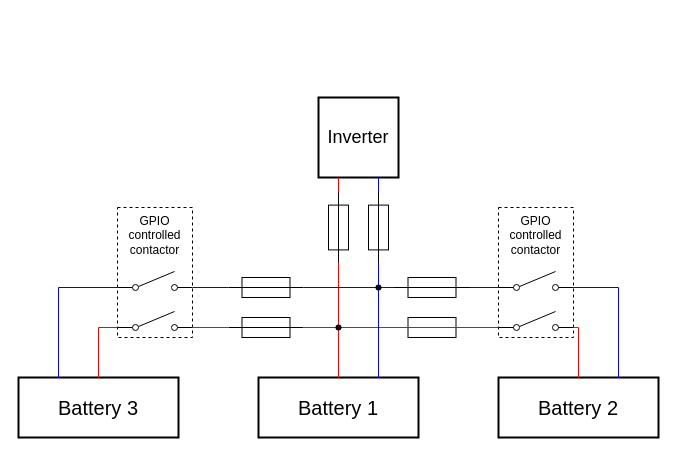
Before: be_battery_3x.drawio in nagyrobi/files, a draw.io diagram. Source tidied: cells renumbered, new cells numbered last; positions are measured from the earlier drawing's top-left corner, leaving out a move shared by most shapes. Both pictures are drawn from the tidied source at 100%, with x=0, y=0 at pixel (18, 97).
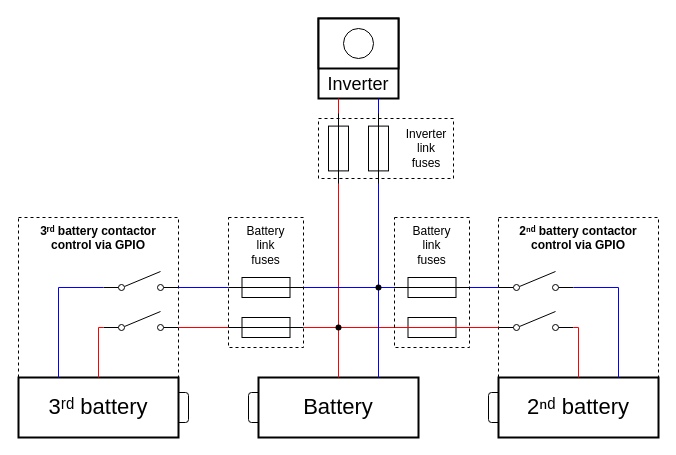
After the change.

Diff of the diagram source:
```diff
@@
-    <mxCell id="2" value="GPIO controlled contactor" style="rounded=0;whiteSpace=wrap;html=1;fillColor=none;verticalAlign=top;dashed=1;" parent="1" vertex="1">
-      <mxGeometry x="480" y="110" width="75" height="130" as="geometry" />
+    <mxCell id="2" value="2ⁿᵈ battery contactor control via GPIO" style="rounded=0;whiteSpace=wrap;html=1;fillColor=none;verticalAlign=top;dashed=1;fontStyle=1;fontFamily=Helvetica;" parent="1" vertex="1">
+      <mxGeometry x="480" y="120" width="160" height="220" as="geometry" />
     </mxCell>
+    <mxCell id="19" value="3ʳᵈ battery contactor control via GPIO" style="rounded=0;whiteSpace=wrap;html=1;fillColor=none;verticalAlign=top;dashed=1;fontStyle=1;fontFamily=Helvetica;" parent="1" vertex="1">
+      <mxGeometry y="120" width="160" height="220" as="geometry" />
+    </mxCell>
+    <mxCell id="34" style="rounded=1;whiteSpace=wrap;html=1;fontFamily=Helvetica;" parent="1" vertex="1">
+      <mxGeometry x="470" y="295" width="20" height="30" as="geometry" />
+    </mxCell>
+    <mxCell id="35" style="rounded=1;whiteSpace=wrap;html=1;fontFamily=Helvetica;" parent="1" vertex="1">
+      <mxGeometry x="230" y="295" width="20" height="30" as="geometry" />
+    </mxCell>
+    <mxCell id="36" style="rounded=1;whiteSpace=wrap;html=1;fontFamily=Helvetica;" parent="1" vertex="1">
+      <mxGeometry x="150" y="295" width="20" height="30" as="geometry" />
+    </mxCell>
-    <mxCell id="3" value="Inverter" style="whiteSpace=wrap;html=1;strokeWidth=2;fontSize=18;" parent="1" vertex="1">
-      <mxGeometry x="300" width="80" height="80" as="geometry" />
+    <mxCell id="3" value="Inverter" style="whiteSpace=wrap;html=1;strokeWidth=2;fontSize=18;verticalAlign=bottom;fontFamily=Helvetica;" parent="1" vertex="1">
+      <mxGeometry x="300" y="-79" width="80" height="80" as="geometry" />
     </mxCell>
-    <mxCell id="4" value="Battery 1" style="rounded=0;whiteSpace=wrap;html=1;strokeWidth=2;fontSize=20;" parent="1" vertex="1">
+    <mxCell id="4" value="Battery" style="rounded=0;whiteSpace=wrap;html=1;strokeWidth=2;fontSize=22;fontFamily=Helvetica;" parent="1" vertex="1">
       <mxGeometry x="240" y="280" width="160" height="60" as="geometry" />
     </mxCell>
-    <mxCell id="5" value="Battery 2" style="rounded=0;whiteSpace=wrap;html=1;strokeWidth=2;fontSize=20;" parent="1" vertex="1">
+    <mxCell id="5" value="2ⁿᵈ battery" style="rounded=0;whiteSpace=wrap;html=1;strokeWidth=2;fontSize=22;fontFamily=Helvetica;" parent="1" vertex="1">
       <mxGeometry x="480" y="280" width="160" height="60" as="geometry" />
     </mxCell>
-    <mxCell id="6" style="endArrow=none;html=1;rounded=0;entryX=0.25;entryY=1;entryDx=0;entryDy=0;exitX=0.5;exitY=0;exitDx=0;exitDy=0;edgeStyle=orthogonalEdgeStyle;strokeColor=light-dark(#FF0000,#5E5C64);" parent="1" edge="1" source="4" target="3">
+    <mxCell id="6" style="endArrow=none;html=1;rounded=0;entryX=0.25;entryY=1;entryDx=0;entryDy=0;exitX=0.5;exitY=0;exitDx=0;exitDy=0;edgeStyle=orthogonalEdgeStyle;strokeColor=light-dark(#FF0000,#5E5C64);fontFamily=Helvetica;" parent="1" edge="1" source="4" target="3">
       <mxGeometry relative="1" as="geometry" />
     </mxCell>
-    <mxCell id="7" style="endArrow=none;html=1;rounded=0;entryX=0.75;entryY=1;entryDx=0;entryDy=0;exitDx=0;exitDy=0;strokeColor=#0000FF;" parent="1" edge="1" source="33" target="3">
+    <mxCell id="7" style="endArrow=none;html=1;rounded=0;entryX=0.75;entryY=1;entryDx=0;entryDy=0;exitDx=0;exitDy=0;strokeColor=#0000FF;fontFamily=Helvetica;" parent="1" edge="1" source="33" target="3">
       <mxGeometry relative="1" as="geometry" />
     </mxCell>
-    <mxCell id="8" style="endArrow=none;html=1;rounded=0;exitX=0;exitY=0.8;exitDx=0;exitDy=0;edgeStyle=orthogonalEdgeStyle;strokeColor=#0000FF;" parent="1" edge="1" source="11">
+    <mxCell id="8" style="endArrow=none;html=1;rounded=0;exitX=0;exitY=0.8;exitDx=0;exitDy=0;edgeStyle=orthogonalEdgeStyle;strokeColor=#0000FF;fontFamily=Helvetica;" parent="1" edge="1" source="11">
       <mxGeometry relative="1" as="geometry">
         <mxPoint x="360" y="190" as="targetPoint" />
       </mxGeometry>
     </mxCell>
-    <mxCell id="9" style="endArrow=none;html=1;rounded=0;exitDx=0;exitDy=0;edgeStyle=orthogonalEdgeStyle;strokeColor=#FF0000;" parent="1" edge="1" source="31">
+    <mxCell id="9" style="endArrow=none;html=1;rounded=0;exitDx=0;exitDy=0;edgeStyle=orthogonalEdgeStyle;strokeColor=#FF0000;fontFamily=Helvetica;" parent="1" edge="1" source="31">
       <mxGeometry relative="1" as="geometry">
         <mxPoint x="320" y="230" as="targetPoint" />
       </mxGeometry>
     </mxCell>
-    <mxCell id="10" style="html=1;shape=mxgraph.electrical.electro-mechanical.singleSwitch;elSwitchState=off;" parent="1" vertex="1">
+    <mxCell id="10" style="html=1;shape=mxgraph.electrical.electro-mechanical.singleSwitch;elSwitchState=off;fontFamily=Helvetica;" parent="1" vertex="1">
       <mxGeometry x="480" y="214" width="75" height="20" as="geometry" />
     </mxCell>
-    <mxCell id="11" style="html=1;shape=mxgraph.electrical.electro-mechanical.singleSwitch;elSwitchState=off;" parent="1" vertex="1">
+    <mxCell id="11" style="html=1;shape=mxgraph.electrical.electro-mechanical.singleSwitch;elSwitchState=off;fontFamily=Helvetica;" parent="1" vertex="1">
       <mxGeometry x="480" y="174" width="75" height="20" as="geometry" />
     </mxCell>
-    <mxCell id="12" style="endArrow=none;html=1;rounded=0;entryX=0.5;entryY=0;entryDx=0;entryDy=0;edgeStyle=orthogonalEdgeStyle;strokeColor=#FF0000;exitX=1;exitY=0.8;exitDx=0;exitDy=0;" parent="1" edge="1" source="10" target="5">
+    <mxCell id="12" style="endArrow=none;html=1;rounded=0;entryX=0.5;entryY=0;entryDx=0;entryDy=0;edgeStyle=orthogonalEdgeStyle;strokeColor=#FF0000;exitX=1;exitY=0.8;exitDx=0;exitDy=0;fontFamily=Helvetica;" parent="1" edge="1" source="10" target="5">
       <mxGeometry relative="1" as="geometry">
         <Array as="points">
           <mxPoint x="560" y="230" />
         </Array>
       </mxGeometry>
     </mxCell>
-    <mxCell id="13" style="endArrow=none;html=1;rounded=0;entryX=1;entryY=0.8;entryDx=0;entryDy=0;exitX=0.75;exitY=0;exitDx=0;exitDy=0;edgeStyle=orthogonalEdgeStyle;strokeColor=#0000FF;" parent="1" edge="1" source="5" target="11">
+    <mxCell id="13" style="endArrow=none;html=1;rounded=0;entryX=1;entryY=0.8;entryDx=0;entryDy=0;exitX=0.75;exitY=0;exitDx=0;exitDy=0;edgeStyle=orthogonalEdgeStyle;strokeColor=#0000FF;fontFamily=Helvetica;" parent="1" edge="1" source="5" target="11">
       <mxGeometry relative="1" as="geometry" />
     </mxCell>
-    <mxCell id="14" style="verticalLabelPosition=bottom;shadow=0;dashed=0;align=center;html=1;verticalAlign=top;shape=mxgraph.electrical.miscellaneous.fuse_2;" parent="1" vertex="1">
+    <mxCell id="14" style="verticalLabelPosition=bottom;shadow=0;dashed=0;align=center;html=1;verticalAlign=top;shape=mxgraph.electrical.miscellaneous.fuse_2;fontFamily=Helvetica;" parent="1" vertex="1">
       <mxGeometry x="376" y="180" width="75" height="20" as="geometry" />
     </mxCell>
-    <mxCell id="15" style="verticalLabelPosition=bottom;shadow=0;dashed=0;align=center;html=1;verticalAlign=top;shape=mxgraph.electrical.miscellaneous.fuse_2;" parent="1" vertex="1">
+    <mxCell id="15" style="verticalLabelPosition=bottom;shadow=0;dashed=0;align=center;html=1;verticalAlign=top;shape=mxgraph.electrical.miscellaneous.fuse_2;fontFamily=Helvetica;" parent="1" vertex="1">
       <mxGeometry x="376" y="220" width="75" height="20" as="geometry" />
     </mxCell>
-    <mxCell id="16" style="verticalLabelPosition=bottom;shadow=0;dashed=0;align=center;html=1;verticalAlign=top;shape=mxgraph.electrical.miscellaneous.fuse_2;rotation=90;" parent="1" vertex="1">
-      <mxGeometry x="285" y="120" width="70" height="20" as="geometry" />
+    <mxCell id="16" style="verticalLabelPosition=bottom;shadow=0;dashed=0;align=center;html=1;verticalAlign=top;shape=mxgraph.electrical.miscellaneous.fuse_2;rotation=90;fontFamily=Helvetica;" parent="1" vertex="1">
+      <mxGeometry x="285" y="41" width="70" height="20" as="geometry" />
     </mxCell>
-    <mxCell id="17" style="verticalLabelPosition=bottom;shadow=0;dashed=0;align=center;html=1;verticalAlign=top;shape=mxgraph.electrical.miscellaneous.fuse_2;rotation=90;" parent="1" vertex="1">
-      <mxGeometry x="325" y="120" width="70" height="20" as="geometry" />
+    <mxCell id="17" style="verticalLabelPosition=bottom;shadow=0;dashed=0;align=center;html=1;verticalAlign=top;shape=mxgraph.electrical.miscellaneous.fuse_2;rotation=90;fontFamily=Helvetica;" parent="1" vertex="1">
+      <mxGeometry x="325" y="41" width="70" height="20" as="geometry" />
     </mxCell>
-    <mxCell id="18" value="Battery 3" style="rounded=0;whiteSpace=wrap;html=1;strokeWidth=2;fontSize=20;" parent="1" vertex="1">
+    <mxCell id="18" value="3ʳᵈ battery" style="rounded=0;whiteSpace=wrap;html=1;strokeWidth=2;fontSize=22;fontFamily=Helvetica;" parent="1" vertex="1">
       <mxGeometry y="280" width="160" height="60" as="geometry" />
     </mxCell>
-    <mxCell id="19" value="GPIO controlled contactor" style="rounded=0;whiteSpace=wrap;html=1;fillColor=none;verticalAlign=top;dashed=1;" parent="1" vertex="1">
-      <mxGeometry x="99" y="110" width="75" height="130" as="geometry" />
-    </mxCell>
-    <mxCell id="20" style="verticalLabelPosition=bottom;shadow=0;dashed=0;align=center;html=1;verticalAlign=top;shape=mxgraph.electrical.miscellaneous.fuse_2;" parent="1" vertex="1">
+    <mxCell id="20" style="verticalLabelPosition=bottom;shadow=0;dashed=0;align=center;html=1;verticalAlign=top;shape=mxgraph.electrical.miscellaneous.fuse_2;fontFamily=Helvetica;" parent="1" vertex="1">
       <mxGeometry x="210" y="220" width="75" height="20" as="geometry" />
     </mxCell>
-    <mxCell id="21" style="verticalLabelPosition=bottom;shadow=0;dashed=0;align=center;html=1;verticalAlign=top;shape=mxgraph.electrical.miscellaneous.fuse_2;" parent="1" vertex="1">
+    <mxCell id="21" style="verticalLabelPosition=bottom;shadow=0;dashed=0;align=center;html=1;verticalAlign=top;shape=mxgraph.electrical.miscellaneous.fuse_2;fontFamily=Helvetica;" parent="1" vertex="1">
       <mxGeometry x="210" y="180" width="75" height="20" as="geometry" />
     </mxCell>
-    <mxCell id="22" style="html=1;shape=mxgraph.electrical.electro-mechanical.singleSwitch;elSwitchState=off;" parent="1" vertex="1">
-      <mxGeometry x="99" y="174" width="75" height="20" as="geometry" />
+    <mxCell id="22" style="html=1;shape=mxgraph.electrical.electro-mechanical.singleSwitch;elSwitchState=off;fontFamily=Helvetica;" parent="1" vertex="1">
+      <mxGeometry x="85" y="174" width="75" height="20" as="geometry" />
     </mxCell>
-    <mxCell id="23" style="html=1;shape=mxgraph.electrical.electro-mechanical.singleSwitch;elSwitchState=off;" parent="1" vertex="1">
-      <mxGeometry x="99" y="214" width="75" height="20" as="geometry" />
+    <mxCell id="23" style="html=1;shape=mxgraph.electrical.electro-mechanical.singleSwitch;elSwitchState=off;fontFamily=Helvetica;" parent="1" vertex="1">
+      <mxGeometry x="85" y="214" width="75" height="20" as="geometry" />
     </mxCell>
-    <mxCell id="24" style="endArrow=none;html=1;rounded=0;exitX=1;exitY=0.5;exitDx=0;exitDy=0;exitPerimeter=0;strokeColor=#0000FF;" parent="1" edge="1" source="21">
+    <mxCell id="24" style="endArrow=none;html=1;rounded=0;exitX=1;exitY=0.5;exitDx=0;exitDy=0;exitPerimeter=0;strokeColor=#0000FF;fontFamily=Helvetica;" parent="1" edge="1" source="21">
       <mxGeometry relative="1" as="geometry">
         <mxPoint x="360" y="190" as="targetPoint" />
       </mxGeometry>
     </mxCell>
-    <mxCell id="25" style="endArrow=none;html=1;rounded=0;exitX=1;exitY=0.8;exitDx=0;exitDy=0;entryX=0;entryY=0.5;entryDx=0;entryDy=0;entryPerimeter=0;strokeColor=#0000FF;" parent="1" edge="1" source="22" target="21">
+    <mxCell id="25" style="endArrow=none;html=1;rounded=0;exitX=1;exitY=0.8;exitDx=0;exitDy=0;entryX=0;entryY=0.5;entryDx=0;entryDy=0;entryPerimeter=0;strokeColor=#0000FF;fontFamily=Helvetica;" parent="1" edge="1" source="22" target="21">
       <mxGeometry relative="1" as="geometry" />
     </mxCell>
-    <mxCell id="26" style="endArrow=none;html=1;rounded=0;exitX=1;exitY=0.8;exitDx=0;exitDy=0;entryX=0;entryY=0.5;entryDx=0;entryDy=0;entryPerimeter=0;strokeColor=#FF0000;" parent="1" edge="1" source="23" target="20">
+    <mxCell id="26" style="endArrow=none;html=1;rounded=0;exitX=1;exitY=0.8;exitDx=0;exitDy=0;entryX=0;entryY=0.5;entryDx=0;entryDy=0;entryPerimeter=0;strokeColor=#FF0000;fontFamily=Helvetica;" parent="1" edge="1" source="23" target="20">
       <mxGeometry relative="1" as="geometry" />
     </mxCell>
-    <mxCell id="27" style="endArrow=none;html=1;rounded=0;exitX=1;exitY=0.5;exitDx=0;exitDy=0;exitPerimeter=0;strokeColor=#FF0000;" parent="1" edge="1" source="20">
+    <mxCell id="27" style="endArrow=none;html=1;rounded=0;exitX=1;exitY=0.5;exitDx=0;exitDy=0;exitPerimeter=0;strokeColor=#FF0000;fontFamily=Helvetica;" parent="1" edge="1" source="20">
       <mxGeometry relative="1" as="geometry">
         <mxPoint x="320" y="230" as="targetPoint" />
       </mxGeometry>
     </mxCell>
-    <mxCell id="28" style="endArrow=none;html=1;rounded=0;exitX=0;exitY=0.8;exitDx=0;exitDy=0;entryX=0.5;entryY=0;entryDx=0;entryDy=0;edgeStyle=orthogonalEdgeStyle;strokeColor=#FF0000;" parent="1" edge="1" source="23" target="18">
-      <mxGeometry relative="1" as="geometry" />
+    <mxCell id="28" style="endArrow=none;html=1;rounded=0;exitX=0;exitY=0.8;exitDx=0;exitDy=0;entryX=0.5;entryY=0;entryDx=0;entryDy=0;edgeStyle=orthogonalEdgeStyle;strokeColor=#FF0000;fontFamily=Helvetica;" parent="1" edge="1" source="23" target="18">
+      <mxGeometry relative="1" as="geometry">
+        <Array as="points">
+          <mxPoint x="80" y="230" />
+        </Array>
+      </mxGeometry>
     </mxCell>
-    <mxCell id="29" style="endArrow=none;html=1;rounded=0;entryX=0;entryY=0.8;entryDx=0;entryDy=0;exitX=0.25;exitY=0;exitDx=0;exitDy=0;edgeStyle=orthogonalEdgeStyle;strokeColor=#0000FF;" parent="1" edge="1" source="18" target="22">
+    <mxCell id="29" style="endArrow=none;html=1;rounded=0;entryX=0;entryY=0.8;entryDx=0;entryDy=0;exitX=0.25;exitY=0;exitDx=0;exitDy=0;edgeStyle=orthogonalEdgeStyle;strokeColor=#0000FF;fontFamily=Helvetica;" parent="1" edge="1" source="18" target="22">
       <mxGeometry relative="1" as="geometry" />
     </mxCell>
-    <mxCell id="30" style="endArrow=none;html=1;rounded=0;exitX=0;exitY=0.8;exitDx=0;exitDy=0;edgeStyle=orthogonalEdgeStyle;strokeColor=#FF0000;" parent="1" edge="1" source="10" target="31">
+    <mxCell id="30" style="endArrow=none;html=1;rounded=0;exitX=0;exitY=0.8;exitDx=0;exitDy=0;edgeStyle=orthogonalEdgeStyle;strokeColor=#FF0000;fontFamily=Helvetica;" parent="1" edge="1" source="10" target="31">
       <mxGeometry relative="1" as="geometry" />
     </mxCell>
-    <mxCell id="31" style="shape=waypoint;sketch=0;fillStyle=solid;size=6;points=[];fillColor=none;perimeter=centerPerimeter;snapToPoint=1;" parent="1" vertex="1">
+    <mxCell id="31" style="shape=waypoint;sketch=0;fillStyle=solid;size=6;points=[];fillColor=none;perimeter=centerPerimeter;snapToPoint=1;fontFamily=Helvetica;" parent="1" vertex="1">
       <mxGeometry x="310" y="220" width="20" height="20" as="geometry" />
     </mxCell>
-    <mxCell id="32" style="endArrow=none;html=1;rounded=0;entryDx=0;entryDy=0;exitX=0.75;exitY=0;exitDx=0;exitDy=0;strokeColor=#0000FF;" parent="1" edge="1" source="4" target="33">
+    <mxCell id="32" style="endArrow=none;html=1;rounded=0;entryDx=0;entryDy=0;exitX=0.75;exitY=0;exitDx=0;exitDy=0;strokeColor=#0000FF;fontFamily=Helvetica;" parent="1" edge="1" source="4" target="33">
       <mxGeometry relative="1" as="geometry" />
     </mxCell>
-    <mxCell id="33" style="shape=waypoint;sketch=0;fillStyle=solid;size=6;points=[];fillColor=none;perimeter=centerPerimeter;snapToPoint=1;" parent="1" vertex="1">
+    <mxCell id="33" style="shape=waypoint;sketch=0;fillStyle=solid;size=6;points=[];fillColor=none;perimeter=centerPerimeter;snapToPoint=1;fontFamily=Helvetica;" parent="1" vertex="1">
       <mxGeometry x="350" y="180" width="20" height="20" as="geometry" />
     </mxCell>
+    <mxCell id="37" style="rounded=0;whiteSpace=wrap;html=1;strokeWidth=2;fontFamily=Helvetica;" parent="1" vertex="1">
+      <mxGeometry x="300" y="-79" width="80" height="50" as="geometry" />
+    </mxCell>
+    <mxCell id="38" style="ellipse;whiteSpace=wrap;html=1;shapeInside=1;fontFamily=Helvetica;" parent="1" vertex="1">
+      <mxGeometry x="325" y="-69" width="30" height="30" as="geometry" />
+    </mxCell>
+    <mxCell id="39" style="rounded=0;whiteSpace=wrap;html=1;fillColor=none;dashed=1;align=left;labelPosition=right;verticalLabelPosition=middle;verticalAlign=middle;fontFamily=Helvetica;" parent="1" vertex="1">
+      <mxGeometry x="300" y="21" width="135" height="60" as="geometry" />
+    </mxCell>
+    <mxCell id="40" value="&lt;div&gt;Battery&lt;/div&gt;&lt;div&gt;link&lt;/div&gt;&lt;div&gt;fuses&lt;/div&gt;" style="rounded=0;whiteSpace=wrap;html=1;fillColor=none;strokeColor=default;dashed=1;labelPosition=center;verticalLabelPosition=middle;align=center;verticalAlign=top;fontFamily=Helvetica;" parent="1" vertex="1">
+      <mxGeometry x="376" y="120" width="75" height="130" as="geometry" />
+    </mxCell>
+    <mxCell id="41" value="&lt;div&gt;Battery&lt;/div&gt;&lt;div&gt;link&lt;/div&gt;&lt;div&gt;fuses&lt;/div&gt;" style="rounded=0;whiteSpace=wrap;html=1;fillColor=none;strokeColor=default;dashed=1;labelPosition=center;verticalLabelPosition=middle;align=center;verticalAlign=top;fontFamily=Helvetica;" parent="1" vertex="1">
+      <mxGeometry x="210" y="120" width="75" height="130" as="geometry" />
+    </mxCell>
+    <mxCell id="42" value="&lt;div&gt;Inverter&lt;/div&gt;&lt;div&gt;link&lt;/div&gt;&lt;div&gt;fuses&lt;/div&gt;" style="rounded=0;whiteSpace=wrap;html=1;fillColor=none;strokeColor=none;fontFamily=Helvetica;" parent="1" vertex="1">
+      <mxGeometry x="376" y="21" width="64" height="60" as="geometry" />
+    </mxCell>
```
